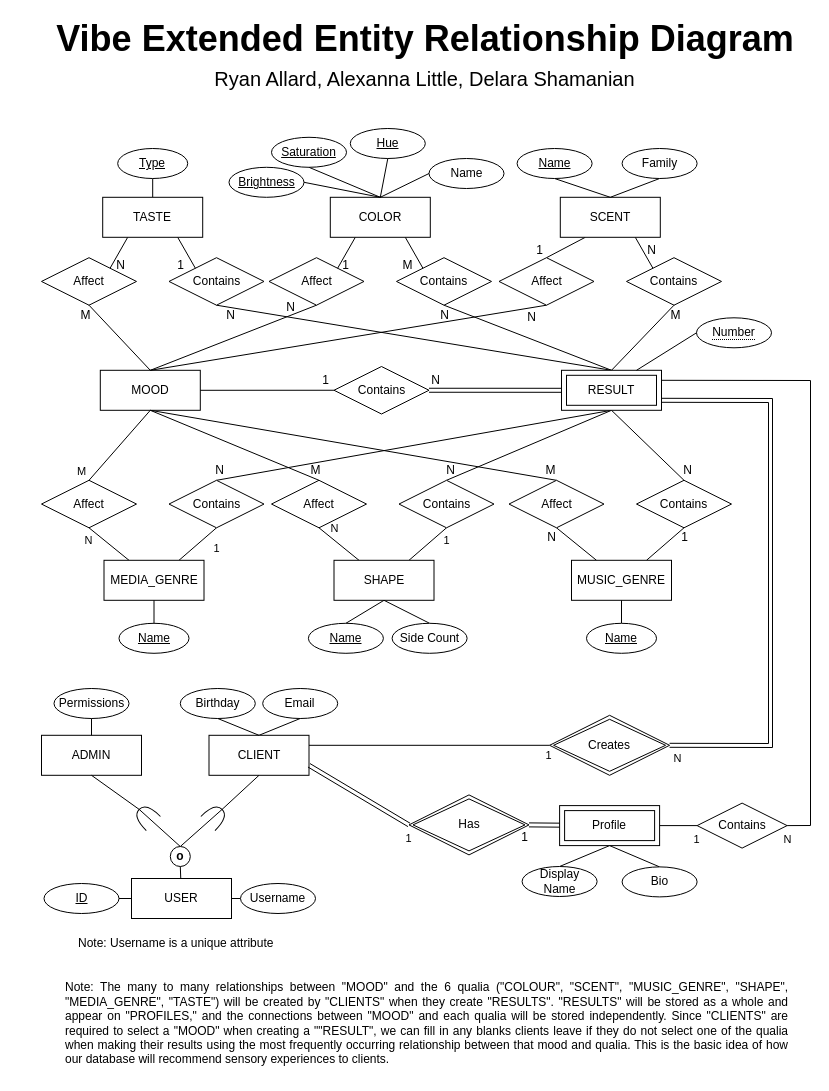
Earlier version of the draw.io diagram diagrams/eerd.drawio (HN67/vibe). Source tidied: cells renumbered, new cells numbered last; positions are measured from the earlier drawing's top-left corner, leaving out a move shared by most shapes. Both pictures are drawn from the tidied source at 100%, with x=0, y=0 at pixel (41, 23).
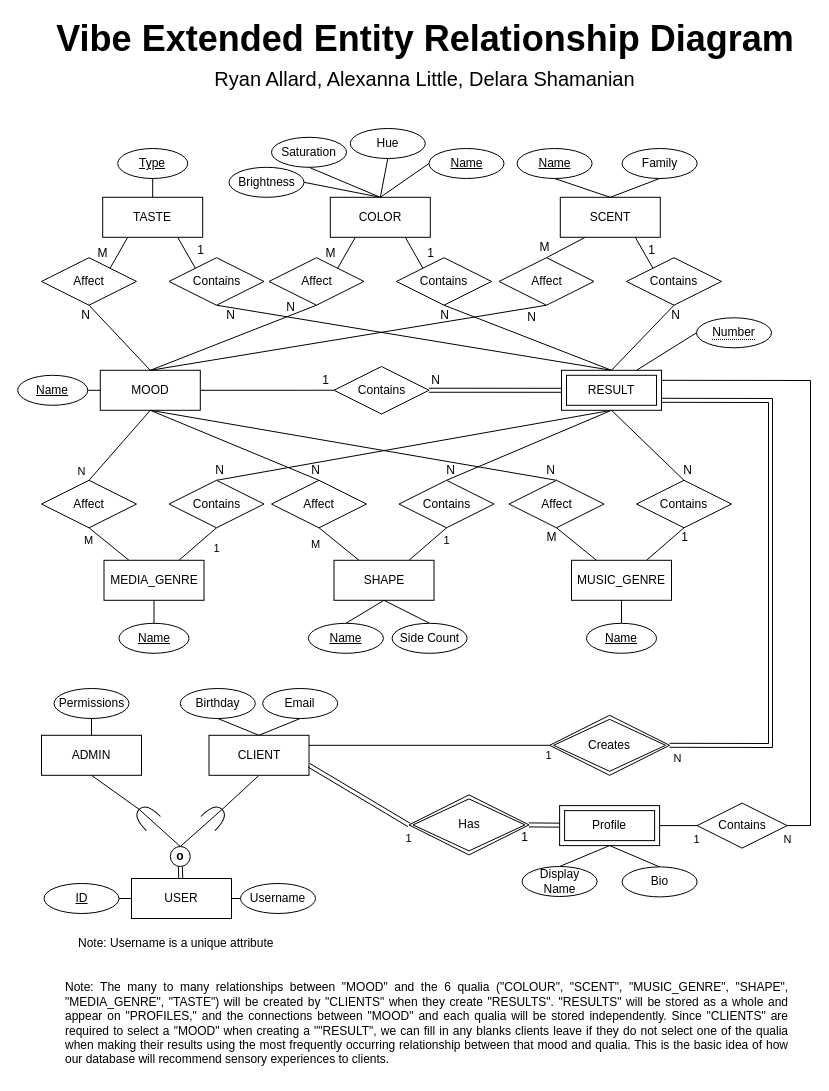
The same diagram, later.

Commit message (it also covers changes not shown here):
Check updated diagrams in

Unchanged cells that the change refers to:
```xml
<mxCell id="3" value="MOOD" style="whiteSpace=wrap;html=1;align=center;" parent="1" vertex="1">
  <mxGeometry x="58.8" y="346.8" width="100" height="40" as="geometry" />
</mxCell>
<mxCell id="8" value="USER" style="whiteSpace=wrap;html=1;align=center;direction=west;" parent="1" vertex="1">
  <mxGeometry x="90" y="855" width="100" height="40" as="geometry" />
</mxCell>
<mxCell id="19" value="&lt;b&gt;o&lt;/b&gt;" style="ellipse;whiteSpace=wrap;html=1;direction=west;" parent="1" vertex="1">
  <mxGeometry x="128.8" y="823" width="20" height="20" as="geometry" />
</mxCell>
<mxCell id="36" value="MEDIA_GENRE" style="whiteSpace=wrap;html=1;align=center;" parent="1" vertex="1">
  <mxGeometry x="62.5" y="536.8" width="100" height="40" as="geometry" />
</mxCell>
<mxCell id="38" style="edgeStyle=none;rounded=0;jettySize=auto;html=1;exitX=0.5;exitY=0;exitDx=0;exitDy=0;entryX=0.5;entryY=1;entryDx=0;entryDy=0;endArrow=none;endFill=0;" parent="1" edge="1" source="40" target="3">
  <mxGeometry relative="1" as="geometry" />
</mxCell>
<mxCell id="40" value="Affect" style="shape=rhombus;perimeter=rhombusPerimeter;whiteSpace=wrap;html=1;align=center;" parent="1" vertex="1">
  <mxGeometry y="456.8" width="95" height="47.5" as="geometry" />
</mxCell>
<mxCell id="43" style="edgeStyle=none;rounded=0;jettySize=auto;html=1;exitX=0.25;exitY=0;exitDx=0;exitDy=0;entryX=0.5;entryY=1;entryDx=0;entryDy=0;endArrow=none;endFill=0;" parent="1" edge="1" source="45" target="48">
  <mxGeometry relative="1" as="geometry" />
</mxCell>
```

What changed in the source:
```diff
@@
-    <mxCell id="7" style="edgeStyle=none;rounded=0;jettySize=auto;html=1;endArrow=none;endFill=0;entryX=0.5;entryY=0;entryDx=0;entryDy=0;" parent="1" edge="1" source="8" target="19">
+    <mxCell id="7" style="edgeStyle=none;rounded=0;jettySize=auto;html=1;endArrow=none;endFill=0;entryX=0.5;entryY=0;entryDx=0;entryDy=0;shape=link;" parent="1" edge="1" source="8" target="19">
       <mxGeometry relative="1" as="geometry" />
     </mxCell>
@@
-    <mxCell id="35" value="N" style="edgeStyle=none;rounded=0;jettySize=auto;html=1;exitX=0.25;exitY=0;exitDx=0;exitDy=0;entryX=0.5;entryY=1;entryDx=0;entryDy=0;endArrow=none;endFill=0;" parent="1" edge="1" source="36" target="40">
+    <mxCell id="35" value="M" style="edgeStyle=none;rounded=0;jettySize=auto;html=1;exitX=0.25;exitY=0;exitDx=0;exitDy=0;entryX=0.5;entryY=1;entryDx=0;entryDy=0;endArrow=none;endFill=0;" parent="1" edge="1" source="36" target="40">
       <mxGeometry x="0.69" y="10" relative="1" as="geometry" />
     </mxCell>
@@
-    <mxCell id="39" value="M" style="edgeLabel;html=1;align=center;verticalAlign=middle;" parent="38" vertex="1">
+    <mxCell id="39" value="N" style="edgeLabel;html=1;align=center;verticalAlign=middle;" parent="38" vertex="1">
       <mxGeometry x="0.47" y="-1" relative="1" as="geometry">
         <mxPoint x="-54" y="41" as="offset" />
       </mxGeometry>
     </mxCell>
@@
-    <mxCell id="44" value="N" style="edgeLabel;html=1;align=center;verticalAlign=middle;" parent="43" vertex="1">
+    <mxCell id="44" value="M" style="edgeLabel;html=1;align=center;verticalAlign=middle;" parent="43" vertex="1">
       <mxGeometry x="-0.29" y="1" relative="1" as="geometry">
-        <mxPoint x="-10" y="-22" as="offset" />
+        <mxPoint x="-29" y="-6" as="offset" />
       </mxGeometry>
     </mxCell>
@@
-    <mxCell id="79" value="Brightness" style="ellipse;whiteSpace=wrap;html=1;align=center;fontStyle=4;" parent="1" vertex="1">
+    <mxCell id="79" value="Brightness" style="ellipse;whiteSpace=wrap;html=1;align=center;fontStyle=0;" parent="1" vertex="1">
       <mxGeometry x="187.5" y="143.8" width="75" height="30" as="geometry" />
     </mxCell>
@@
-    <mxCell id="81" value="Saturation" style="ellipse;whiteSpace=wrap;html=1;align=center;fontStyle=4;" parent="1" vertex="1">
+    <mxCell id="81" value="Saturation" style="ellipse;whiteSpace=wrap;html=1;align=center;fontStyle=0;" parent="1" vertex="1">
       <mxGeometry x="230" y="113.8" width="75" height="30" as="geometry" />
     </mxCell>
@@
-    <mxCell id="83" value="Hue" style="ellipse;whiteSpace=wrap;html=1;align=center;fontStyle=4;" parent="1" vertex="1">
+    <mxCell id="83" value="Hue" style="ellipse;whiteSpace=wrap;html=1;align=center;fontStyle=0;" parent="1" vertex="1">
       <mxGeometry x="308.8" y="105" width="75" height="30" as="geometry" />
     </mxCell>
@@
-    <mxCell id="85" value="Name" style="ellipse;whiteSpace=wrap;html=1;align=center;fontStyle=0;" parent="1" vertex="1">
-      <mxGeometry x="387.5" y="135" width="75" height="30" as="geometry" />
+    <mxCell id="85" value="Name" style="ellipse;whiteSpace=wrap;html=1;align=center;fontStyle=4;" parent="1" vertex="1">
+      <mxGeometry x="387.5" y="125" width="75" height="30" as="geometry" />
     </mxCell>
@@
-    <mxCell id="109" value="N" style="text;html=1;align=center;verticalAlign=middle;strokeColor=none;fillColor=none;" parent="1" vertex="1">
-      <mxGeometry x="500" y="504.2" width="20" height="20" as="geometry" />
+    <mxCell id="109" value="M" style="text;html=1;align=center;verticalAlign=middle;strokeColor=none;fillColor=none;" parent="1" vertex="1">
+      <mxGeometry x="495" y="504.2" width="30" height="20" as="geometry" />
     </mxCell>
@@
-    <mxCell id="112" value="M" style="text;html=1;align=center;verticalAlign=middle;strokeColor=none;fillColor=none;" parent="1" vertex="1">
-      <mxGeometry x="258.8" y="436.8" width="30" height="20" as="geometry" />
+    <mxCell id="112" value="N" style="text;html=1;align=center;verticalAlign=middle;strokeColor=none;fillColor=none;" parent="1" vertex="1">
+      <mxGeometry x="263.8" y="436.8" width="20" height="20" as="geometry" />
     </mxCell>
@@
-    <mxCell id="114" value="M" style="text;html=1;align=center;verticalAlign=middle;strokeColor=none;fillColor=none;" parent="1" vertex="1">
-      <mxGeometry x="493.8" y="436.8" width="30" height="20" as="geometry" />
+    <mxCell id="114" value="N" style="text;html=1;align=center;verticalAlign=middle;strokeColor=none;fillColor=none;" parent="1" vertex="1">
+      <mxGeometry x="498.8" y="436.8" width="20" height="20" as="geometry" />
     </mxCell>
@@
-    <mxCell id="116" value="M" style="text;html=1;align=center;verticalAlign=middle;strokeColor=none;fillColor=none;" parent="1" vertex="1">
-      <mxGeometry x="28.8" y="281.8" width="30" height="20" as="geometry" />
+    <mxCell id="116" value="N" style="text;html=1;align=center;verticalAlign=middle;strokeColor=none;fillColor=none;" parent="1" vertex="1">
+      <mxGeometry x="33.8" y="281.8" width="20" height="20" as="geometry" />
     </mxCell>
-    <mxCell id="117" value="N" style="text;html=1;align=center;verticalAlign=middle;strokeColor=none;fillColor=none;" parent="1" vertex="1">
-      <mxGeometry x="68.8" y="231.8" width="20" height="20" as="geometry" />
+    <mxCell id="117" value="M" style="text;html=1;align=center;verticalAlign=middle;strokeColor=none;fillColor=none;" parent="1" vertex="1">
+      <mxGeometry x="46.2" y="220" width="30" height="20" as="geometry" />
     </mxCell>
     <mxCell id="118" value="1" style="text;html=1;align=center;verticalAlign=middle;strokeColor=none;fillColor=none;" parent="1" vertex="1">
-      <mxGeometry x="128.8" y="231.8" width="20" height="20" as="geometry" />
+      <mxGeometry x="148.8" y="216.8" width="20" height="20" as="geometry" />
     </mxCell>
@@
-    <mxCell id="121" value="1" style="text;html=1;align=center;verticalAlign=middle;strokeColor=none;fillColor=none;" parent="1" vertex="1">
-      <mxGeometry x="294.4" y="231.8" width="20" height="20" as="geometry" />
+    <mxCell id="121" value="M" style="text;html=1;align=center;verticalAlign=middle;strokeColor=none;fillColor=none;" parent="1" vertex="1">
+      <mxGeometry x="274" y="220" width="30" height="20" as="geometry" />
     </mxCell>
-    <mxCell id="122" value="M" style="text;html=1;align=center;verticalAlign=middle;strokeColor=none;fillColor=none;" parent="1" vertex="1">
-      <mxGeometry x="350.6" y="231.8" width="30" height="20" as="geometry" />
+    <mxCell id="122" value="1" style="text;html=1;align=center;verticalAlign=middle;strokeColor=none;fillColor=none;" parent="1" vertex="1">
+      <mxGeometry x="378.8" y="220" width="20" height="20" as="geometry" />
     </mxCell>
@@
-    <mxCell id="125" value="1" style="text;html=1;align=center;verticalAlign=middle;strokeColor=none;fillColor=none;" parent="1" vertex="1">
-      <mxGeometry x="488.1" y="216.8" width="20" height="20" as="geometry" />
+    <mxCell id="125" value="M" style="text;html=1;align=center;verticalAlign=middle;strokeColor=none;fillColor=none;" parent="1" vertex="1">
+      <mxGeometry x="487.5" y="213.8" width="30" height="20" as="geometry" />
     </mxCell>
-    <mxCell id="126" value="M" style="text;html=1;align=center;verticalAlign=middle;strokeColor=none;fillColor=none;" parent="1" vertex="1">
-      <mxGeometry x="618.8" y="281.8" width="30" height="20" as="geometry" />
+    <mxCell id="126" value="N" style="text;html=1;align=center;verticalAlign=middle;strokeColor=none;fillColor=none;" parent="1" vertex="1">
+      <mxGeometry x="623.8" y="281.8" width="20" height="20" as="geometry" />
     </mxCell>
-    <mxCell id="127" value="N" style="text;html=1;align=center;verticalAlign=middle;strokeColor=none;fillColor=none;" parent="1" vertex="1">
+    <mxCell id="127" value="1" style="text;html=1;align=center;verticalAlign=middle;strokeColor=none;fillColor=none;" parent="1" vertex="1">
       <mxGeometry x="600" y="216.8" width="20" height="20" as="geometry" />
     </mxCell>
@@
+    <mxCell id="137" style="edgeStyle=orthogonalEdgeStyle;rounded=0;jettySize=auto;html=1;exitX=1;exitY=0.5;exitDx=0;exitDy=0;entryX=0;entryY=0.5;entryDx=0;entryDy=0;endArrow=none;endFill=0;" parent="1" edge="1" source="138" target="3">
+      <mxGeometry relative="1" as="geometry" />
+    </mxCell>
+    <mxCell id="138" value="Name" style="ellipse;whiteSpace=wrap;html=1;align=center;fontStyle=4;" parent="1" vertex="1">
+      <mxGeometry x="-23.8" y="351.8" width="70" height="30" as="geometry" />
+    </mxCell>
```
